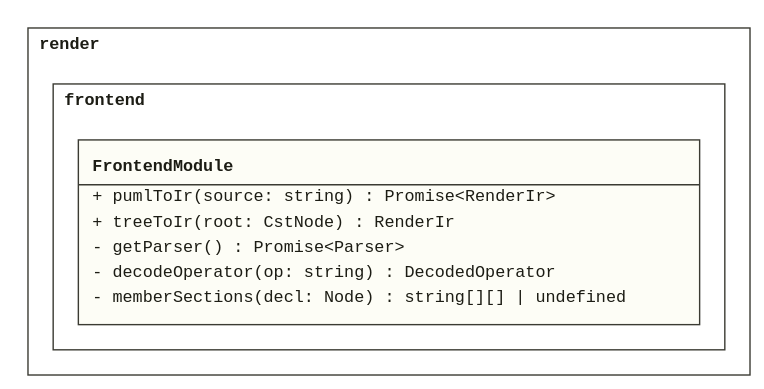
Earlier version of the PlantUML export doc/assets/CL_FrontendModule.svg (derivasoftware/plantuml-render). Its source is kept beside it as design/lld/render/CL_FrontendModule.puml. The source it was exported from:
```plantuml
@startuml CL_FrontendModule

!startsub FrontendModule

namespace render.frontend {
  class "<<module>>" as FrontendModule {
    + pumlToIr(source: string) : Promise<RenderIr>
    + treeToIr(root: CstNode) : RenderIr
    - getParser() : Promise<Parser>
    - decodeOperator(op: string) : DecodedOperator
    - memberSections(decl: Node) : string[][] | undefined
  }
}

!endsub

@enduml
```
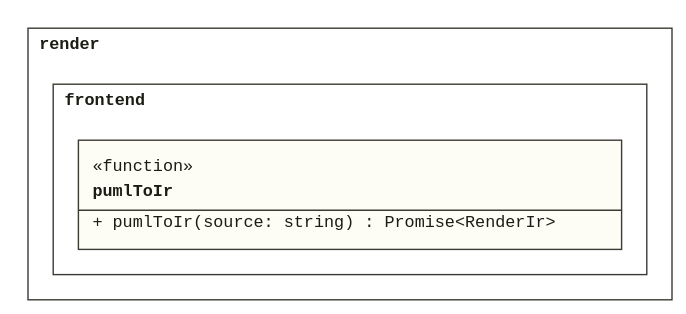
Later version of the same file.

What changed in the source:
```diff
@@ -3,12 +3,8 @@
 !startsub FrontendModule
 
 namespace render.frontend {
-  class "<<module>>" as FrontendModule {
+  class pumlToIr <<function>> {
     + pumlToIr(source: string) : Promise<RenderIr>
-    + treeToIr(root: CstNode) : RenderIr
-    - getParser() : Promise<Parser>
-    - decodeOperator(op: string) : DecodedOperator
-    - memberSections(decl: Node) : string[][] | undefined
   }
 }
 
```
